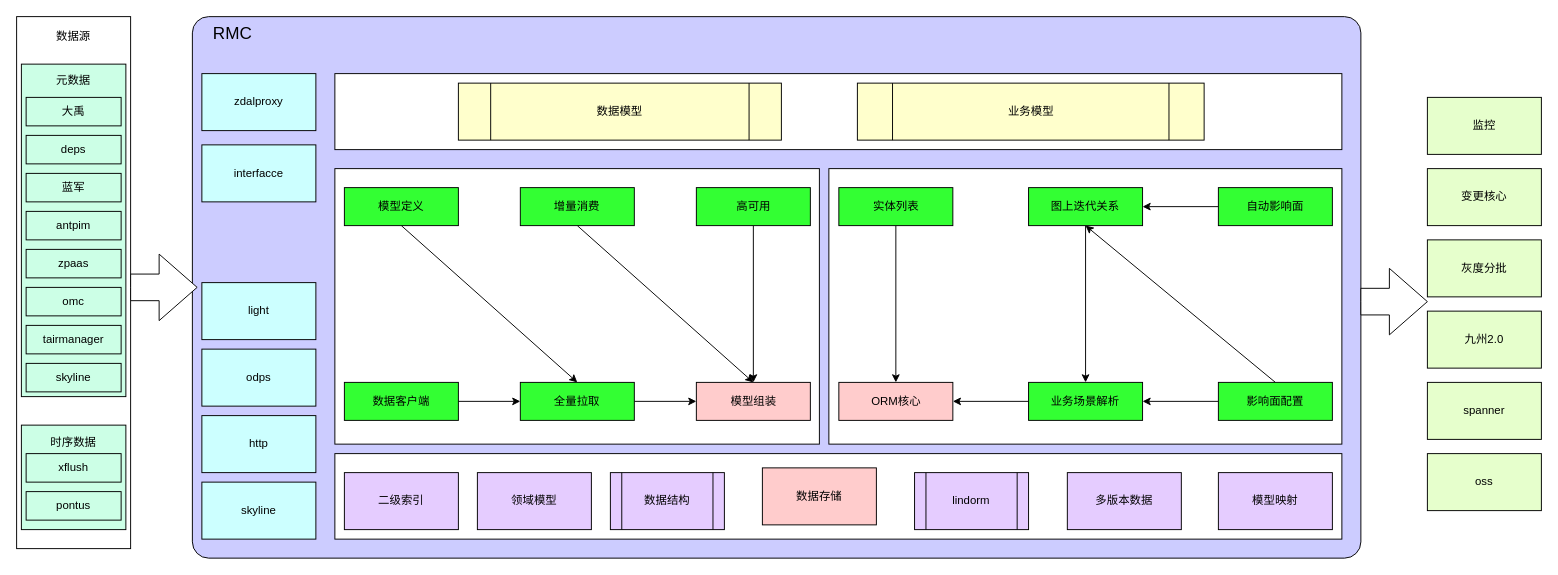
The draw.io diagram 元数据模型.drawio in frankneu/draw.io, before the edit. Source tidied: cells renumbered, new cells numbered last; positions are measured from the earlier drawing's top-left corner, leaving out a move shared by most shapes. Both pictures are drawn from the tidied source at 95%, with x=0, y=0 at pixel (16, 16).
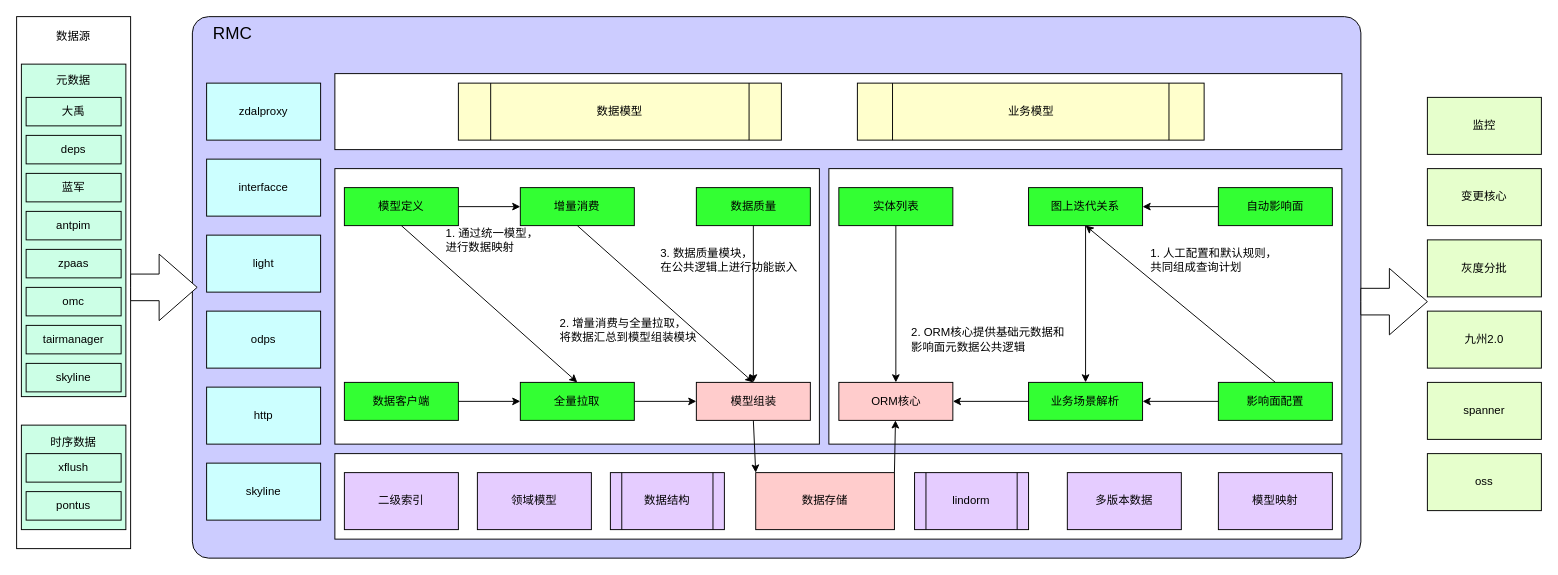
After the change.

Commit message:
Update 元数据模型.drawio

The change refers to these unchanged cells:
```xml
<mxCell id="21" value="模型定义" style="rounded=0;whiteSpace=wrap;html=1;fillColor=#33FF33;" parent="1" vertex="1">
  <mxGeometry x="345" y="180" width="120" height="40" as="geometry" />
</mxCell>
<mxCell id="25" value="&lt;span style=&quot;white-space: normal&quot;&gt;增量消费&lt;/span&gt;" style="rounded=0;whiteSpace=wrap;html=1;fillColor=#33FF33;" parent="1" vertex="1">
  <mxGeometry x="530.2" y="180" width="120" height="40" as="geometry" />
</mxCell>
<mxCell id="28" value="模型组装" style="rounded=0;whiteSpace=wrap;html=1;fillColor=#FFCCCC;" parent="1" vertex="1">
  <mxGeometry x="715.5" y="385" width="120" height="40" as="geometry" />
</mxCell>
<mxCell id="30" value="ORM核心" style="rounded=0;whiteSpace=wrap;html=1;fillColor=#FFCCCC;" parent="1" vertex="1">
  <mxGeometry x="865.5" y="385" width="120" height="40" as="geometry" />
</mxCell>
```

What changed in the source:
```diff
@@
+    <mxCell id="67" style="edgeStyle=orthogonalEdgeStyle;rounded=0;jettySize=auto;html=1;exitX=1;exitY=0.5;exitDx=0;exitDy=0;entryX=0;entryY=0.5;entryDx=0;entryDy=0;" parent="1" edge="1" source="21" target="25">
+      <mxGeometry relative="1" as="geometry" />
+    </mxCell>
@@
+    <mxCell id="68" style="rounded=0;jettySize=auto;html=1;exitX=0.5;exitY=1;exitDx=0;exitDy=0;entryX=0;entryY=0;entryDx=0;entryDy=0;" parent="1" edge="1" source="28" target="29">
+      <mxGeometry relative="1" as="geometry" />
+    </mxCell>
@@
+    <mxCell id="69" style="rounded=0;jettySize=auto;html=1;exitX=1;exitY=0;exitDx=0;exitDy=0;" parent="1" edge="1" source="29" target="30">
+      <mxGeometry relative="1" as="geometry" />
+    </mxCell>
     <mxCell id="29" value="数据存储" style="rounded=0;whiteSpace=wrap;html=1;fillColor=#FFCCCC;" parent="1" vertex="1">
-      <mxGeometry x="785" y="475" width="120" height="60" as="geometry" />
+      <mxGeometry x="778" y="480" width="146" height="60" as="geometry" />
     </mxCell>
@@
-    <mxCell id="46" value="高可用" style="rounded=0;whiteSpace=wrap;html=1;fillColor=#33FF33;" parent="1" vertex="1">
+    <mxCell id="46" value="数据质量" style="rounded=0;whiteSpace=wrap;html=1;fillColor=#33FF33;" parent="1" vertex="1">
       <mxGeometry x="715.5" y="180" width="120" height="40" as="geometry" />
     </mxCell>
@@
     <mxCell id="58" value="zdalproxy" style="rounded=0;whiteSpace=wrap;html=1;fillColor=#CCFFFF;" parent="1" vertex="1">
-      <mxGeometry x="195" y="60" width="120" height="60" as="geometry" />
+      <mxGeometry x="200" y="70" width="120" height="60" as="geometry" />
     </mxCell>
     <mxCell id="59" value="interfacce" style="rounded=0;whiteSpace=wrap;html=1;fillColor=#CCFFFF;" parent="1" vertex="1">
-      <mxGeometry x="195" y="135" width="120" height="60" as="geometry" />
+      <mxGeometry x="200" y="150" width="120" height="60" as="geometry" />
     </mxCell>
     <mxCell id="60" value="light" style="rounded=0;whiteSpace=wrap;html=1;fillColor=#CCFFFF;" parent="1" vertex="1">
-      <mxGeometry x="195" y="280" width="120" height="60" as="geometry" />
+      <mxGeometry x="200" y="230" width="120" height="60" as="geometry" />
     </mxCell>
     <mxCell id="61" value="odps" style="rounded=0;whiteSpace=wrap;html=1;fillColor=#CCFFFF;" parent="1" vertex="1">
-      <mxGeometry x="195" y="350" width="120" height="60" as="geometry" />
+      <mxGeometry x="200" y="310" width="120" height="60" as="geometry" />
     </mxCell>
     <mxCell id="62" value="http" style="rounded=0;whiteSpace=wrap;html=1;fillColor=#CCFFFF;" parent="1" vertex="1">
-      <mxGeometry x="195" y="420" width="120" height="60" as="geometry" />
+      <mxGeometry x="200" y="390" width="120" height="60" as="geometry" />
     </mxCell>
     <mxCell id="63" value="skyline" style="rounded=0;whiteSpace=wrap;html=1;fillColor=#CCFFFF;" parent="1" vertex="1">
-      <mxGeometry x="195" y="490" width="120" height="60" as="geometry" />
+      <mxGeometry x="200" y="470" width="120" height="60" as="geometry" />
     </mxCell>
@@
+    <mxCell id="70" value="1. 通过统一模型，&lt;br&gt;进行数据映射" style="text;html=1;align=left;verticalAlign=middle;" parent="1" vertex="1">
+      <mxGeometry x="450" y="220" width="110" height="30" as="geometry" />
+    </mxCell>
+    <mxCell id="71" value="2. 增量消费与全量拉取，&lt;br&gt;将数据汇总到模型组装模块" style="text;html=1;align=left;verticalAlign=middle;" parent="1" vertex="1">
+      <mxGeometry x="570" y="315" width="160" height="30" as="geometry" />
+    </mxCell>
+    <mxCell id="72" value="3. 数据质量模块，&lt;br&gt;在公共逻辑上进行功能嵌入" style="text;html=1;align=left;verticalAlign=middle;" parent="1" vertex="1">
+      <mxGeometry x="675.5" y="241" width="160" height="30" as="geometry" />
+    </mxCell>
+    <mxCell id="73" value="1. 人工配置和默认规则，&lt;br&gt;&lt;div style=&quot;text-align: left&quot;&gt;&lt;span&gt;共同组成查询计划&lt;/span&gt;&lt;/div&gt;" style="text;html=1;align=center;verticalAlign=middle;" parent="1" vertex="1">
+      <mxGeometry x="1185.2" y="241" width="150" height="30" as="geometry" />
+    </mxCell>
+    <mxCell id="74" value="2. ORM核心提供基础元数据和&lt;br&gt;影响面元数据公共逻辑" style="text;html=1;align=left;verticalAlign=middle;" parent="1" vertex="1">
+      <mxGeometry x="940" y="325" width="180" height="30" as="geometry" />
+    </mxCell>
```
